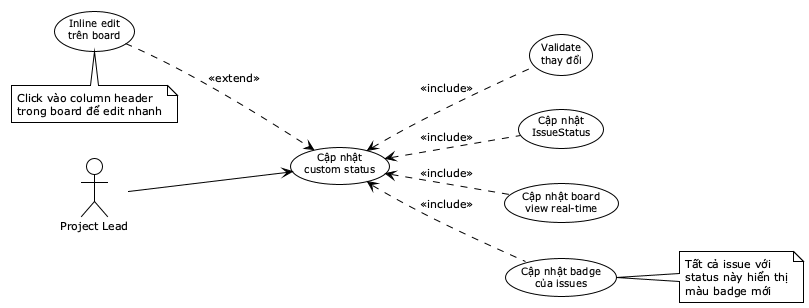
The PlantUML diagram reports/dat-examples/report/images/uc04_2_update_status.png in toantran292/datn, before a commit.
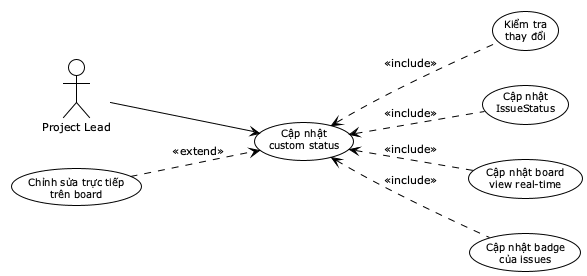
The same diagram one commit later.

Diff of the diagram source:
```diff
@@ -8,11 +8,11 @@
 actor "Project Lead" as PL
 
 usecase "Cập nhật\ncustom status" as UC_Update
-usecase "Validate\nthay đổi" as UC_Validate
+usecase "Kiểm tra\nthay đổi" as UC_Validate
 usecase "Cập nhật\nIssueStatus" as UC_UpdateRecord
 usecase "Cập nhật board\nview real-time" as UC_UpdateBoard
 usecase "Cập nhật badge\ncủa issues" as UC_UpdateBadge
-usecase "Inline edit\ntrên board" as UC_InlineEdit
+usecase "Chỉnh sửa trực tiếp\ntrên board" as UC_InlineEdit
 
 PL --> UC_Update
 
@@ -23,15 +23,6 @@
 
 UC_InlineEdit ..> UC_Update : <<extend>>
 
-note right of UC_UpdateBadge
-  Tất cả issue với
-  status này hiển thị
-  màu badge mới
-end note
 
-note bottom of UC_InlineEdit
-  Click vào column header
-  trong board để edit nhanh
-end note
 
 @enduml
```
